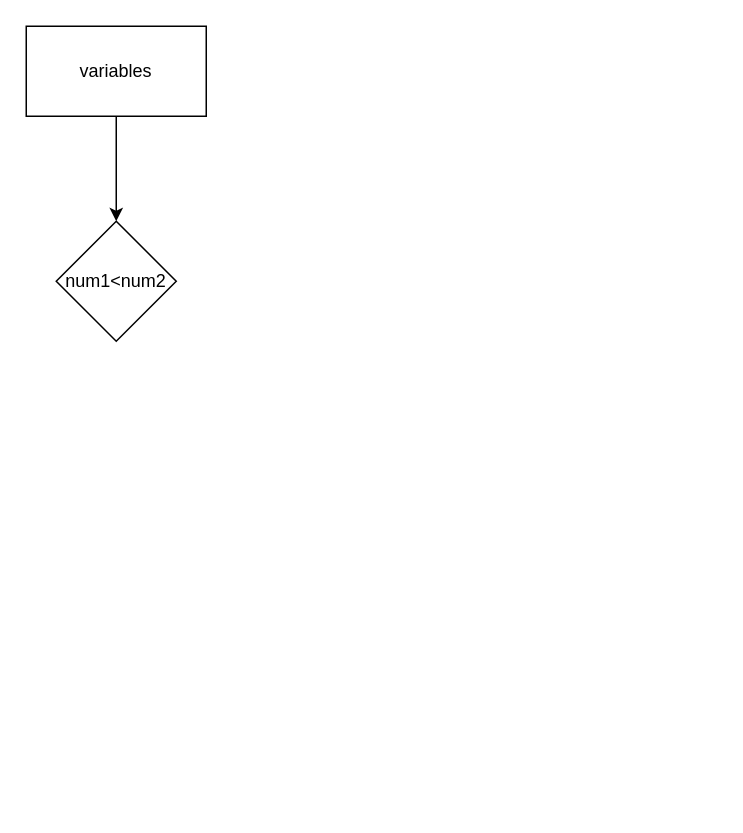
Earlier version of the draw.io diagram Aldev3_1.drawio (spaceranger14/COMSC-140). Source tidied: cells renumbered, new cells numbered last; positions are measured from the earlier drawing's top-left corner, leaving out a move shared by most shapes. Both pictures are drawn from the tidied source at 150%, with x=0, y=0 at pixel (26, 26).
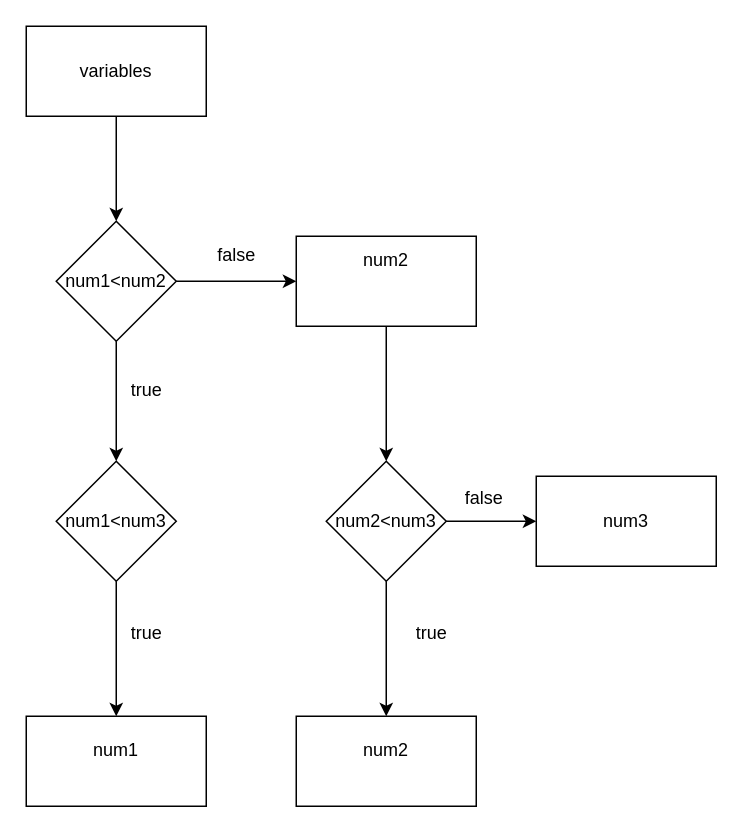
The same diagram, later.

Unchanged cells that the change refers to:
```xml
<mxCell id="4" value="num1&amp;lt;num2" style="rhombus;whiteSpace=wrap;html=1;" parent="1" vertex="1">
  <mxGeometry x="20" y="130" width="80" height="80" as="geometry" />
</mxCell>
```

The edit, as a diff of the source:
```diff
@@
+    <mxCell id="5" style="edgeStyle=none;html=1;" parent="1" edge="1" source="4" target="8">
+      <mxGeometry relative="1" as="geometry" />
+    </mxCell>
+    <mxCell id="6" style="edgeStyle=none;html=1;" parent="1" edge="1" source="4" target="17">
+      <mxGeometry relative="1" as="geometry" />
+    </mxCell>
@@
+    <mxCell id="7" style="edgeStyle=none;html=1;" parent="1" edge="1" source="8" target="10">
+      <mxGeometry relative="1" as="geometry" />
+    </mxCell>
+    <mxCell id="8" value="num1&amp;lt;num3" style="rhombus;whiteSpace=wrap;html=1;" parent="1" vertex="1">
+      <mxGeometry x="20" y="290" width="80" height="80" as="geometry" />
+    </mxCell>
+    <mxCell id="9" value="true" style="text;html=1;align=center;verticalAlign=middle;strokeColor=none;fillColor=none;" parent="1" vertex="1">
+      <mxGeometry x="60" y="228" width="40" height="30" as="geometry" />
+    </mxCell>
+    <mxCell id="10" value="num1&lt;div&gt;&lt;br&gt;&lt;/div&gt;" style="whiteSpace=wrap;html=1;" parent="1" vertex="1">
+      <mxGeometry y="460" width="120" height="60" as="geometry" />
+    </mxCell>
+    <mxCell id="11" style="edgeStyle=none;html=1;" parent="1" edge="1" source="13" target="18">
+      <mxGeometry relative="1" as="geometry" />
+    </mxCell>
+    <mxCell id="12" style="edgeStyle=none;html=1;" parent="1" edge="1" source="13" target="20">
+      <mxGeometry relative="1" as="geometry" />
+    </mxCell>
+    <mxCell id="13" value="num2&amp;lt;num3" style="rhombus;whiteSpace=wrap;html=1;" parent="1" vertex="1">
+      <mxGeometry x="200" y="290" width="80" height="80" as="geometry" />
+    </mxCell>
+    <mxCell id="14" value="false" style="text;html=1;align=center;verticalAlign=middle;strokeColor=none;fillColor=none;" parent="1" vertex="1">
+      <mxGeometry x="115" y="138" width="50" height="30" as="geometry" />
+    </mxCell>
+    <mxCell id="15" value="true" style="text;html=1;align=center;verticalAlign=middle;strokeColor=none;fillColor=none;" parent="1" vertex="1">
+      <mxGeometry x="60" y="390" width="40" height="30" as="geometry" />
+    </mxCell>
+    <mxCell id="16" style="edgeStyle=none;html=1;" parent="1" edge="1" source="17" target="13">
+      <mxGeometry relative="1" as="geometry" />
+    </mxCell>
+    <mxCell id="17" value="num2&lt;div&gt;&lt;font color=&quot;#000000&quot;&gt;&lt;br&gt;&lt;/font&gt;&lt;div&gt;&lt;br&gt;&lt;/div&gt;&lt;/div&gt;" style="whiteSpace=wrap;html=1;" parent="1" vertex="1">
+      <mxGeometry x="180" y="140" width="120" height="60" as="geometry" />
+    </mxCell>
+    <mxCell id="18" value="num2&lt;div&gt;&lt;br&gt;&lt;/div&gt;" style="whiteSpace=wrap;html=1;" parent="1" vertex="1">
+      <mxGeometry x="180" y="460" width="120" height="60" as="geometry" />
+    </mxCell>
+    <mxCell id="19" value="true" style="text;html=1;align=center;verticalAlign=middle;strokeColor=none;fillColor=none;" parent="1" vertex="1">
+      <mxGeometry x="250" y="390" width="40" height="30" as="geometry" />
+    </mxCell>
+    <mxCell id="20" value="num3" style="whiteSpace=wrap;html=1;" parent="1" vertex="1">
+      <mxGeometry x="340" y="300" width="120" height="60" as="geometry" />
+    </mxCell>
+    <mxCell id="21" value="false" style="text;html=1;align=center;verticalAlign=middle;strokeColor=none;fillColor=none;" parent="1" vertex="1">
+      <mxGeometry x="280" y="300" width="50" height="30" as="geometry" />
+    </mxCell>
```
